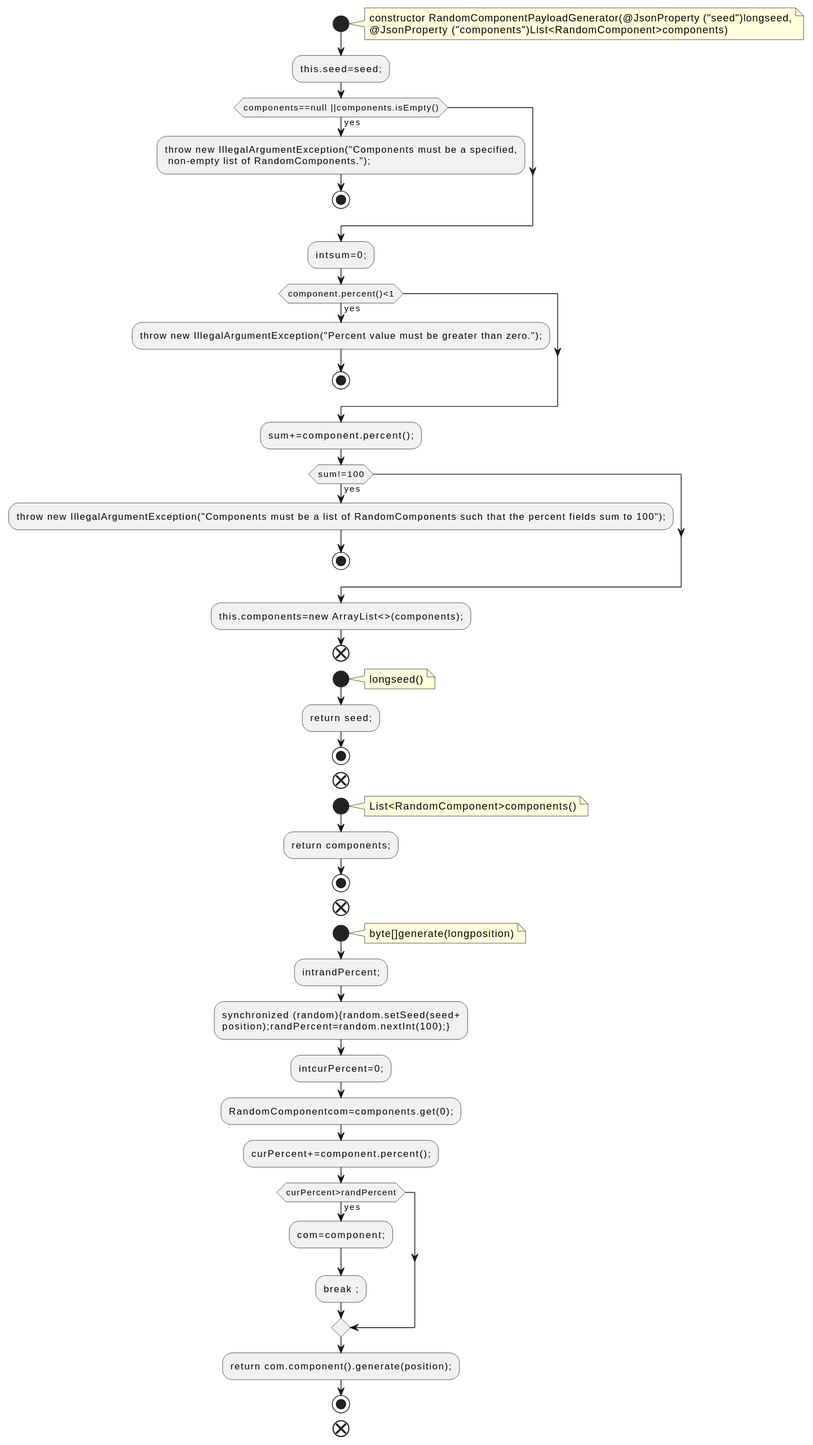
qualitesys/kafka keeps this PlantUML diagram as docs/qc/trogdor/src/main/java/org/apache/kafka/trogdor/workload/RandomComponentPayloadGenerator.java.fct.svg. Above is the earlier version.
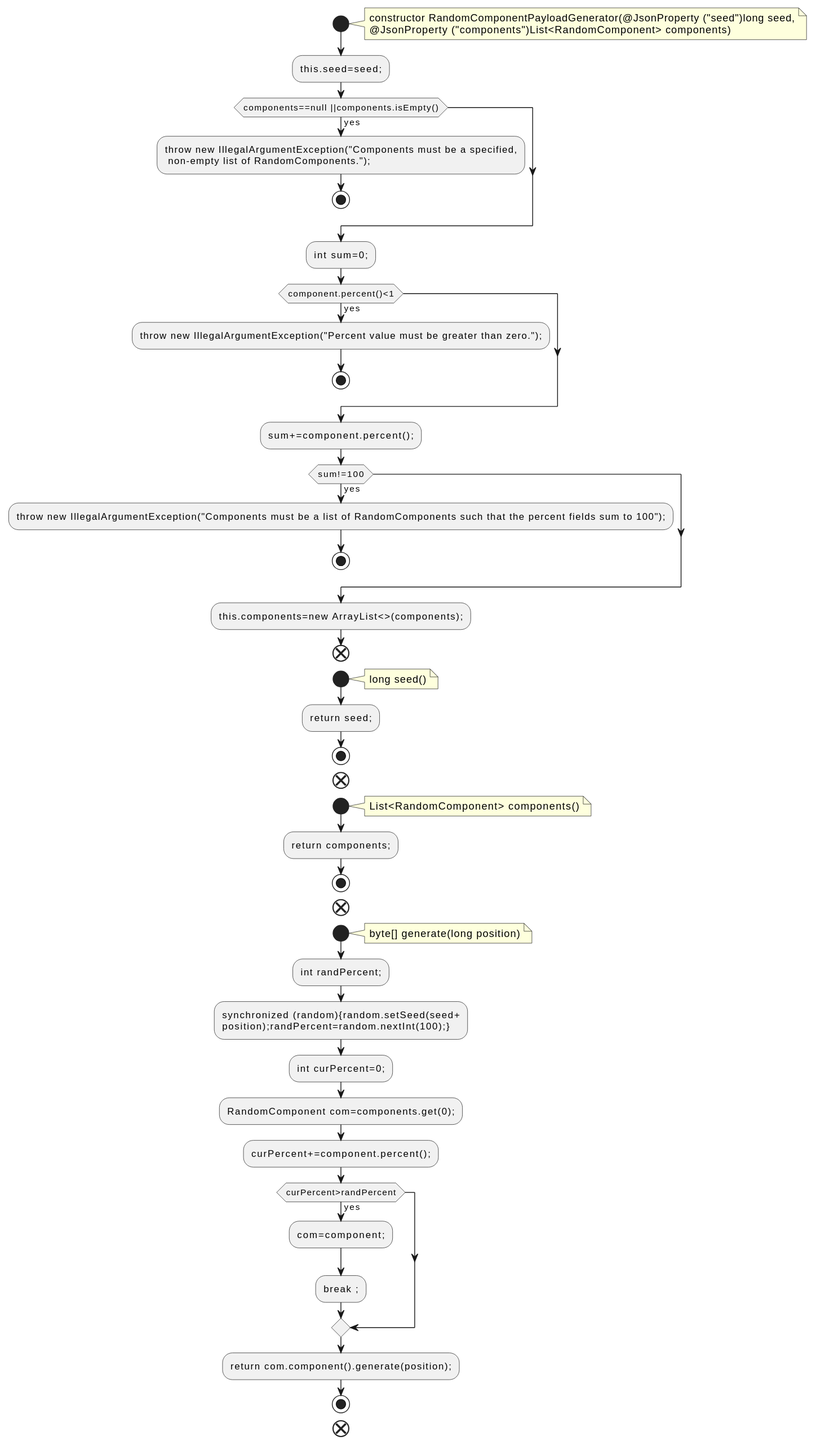
The same diagram one commit later.

Change to the diagram source:
```diff
@@ -2,8 +2,8 @@
 !pragma layout smetana
 start
 note right
-constructor RandomComponentPayloadGenerator(@JsonProperty ("seed")longseed,
-@JsonProperty ("components")List<RandomComponent>components)
+constructor RandomComponentPayloadGenerator(@JsonProperty ("seed")long seed,
+@JsonProperty ("components")List<RandomComponent> components)
 end note
 :this.seed=seed;;
 if (components==null ||components.isEmpty()) then (yes)
@@ -11,7 +11,7 @@
  non-empty list of RandomComponents.");;
 stop
 endif
-:intsum=0;;
+:int sum=0;;
 if (component.percent()<1) then (yes)
 :throw new IllegalArgumentException("Percent value must be greater than zero.");;
 stop
@@ -25,27 +25,27 @@
 end
 start
 note right
-longseed()
+long seed()
 end note
 :return seed;;
 stop
 end
 start
 note right
-List<RandomComponent>components()
+List<RandomComponent> components()
 end note
 :return components;;
 stop
 end
 start
 note right
-byte[]generate(longposition)
+byte[] generate(long position)
 end note
-:intrandPercent;;
+:int randPercent;;
 :synchronized (random){random.setSeed(seed+
 position);randPercent=random.nextInt(100);};
-:intcurPercent=0;;
-:RandomComponentcom=components.get(0);;
+:int curPercent=0;;
+:RandomComponent com=components.get(0);;
 :curPercent+=component.percent();;
 if (curPercent>randPercent) then (yes)
 :com=component;;
```
